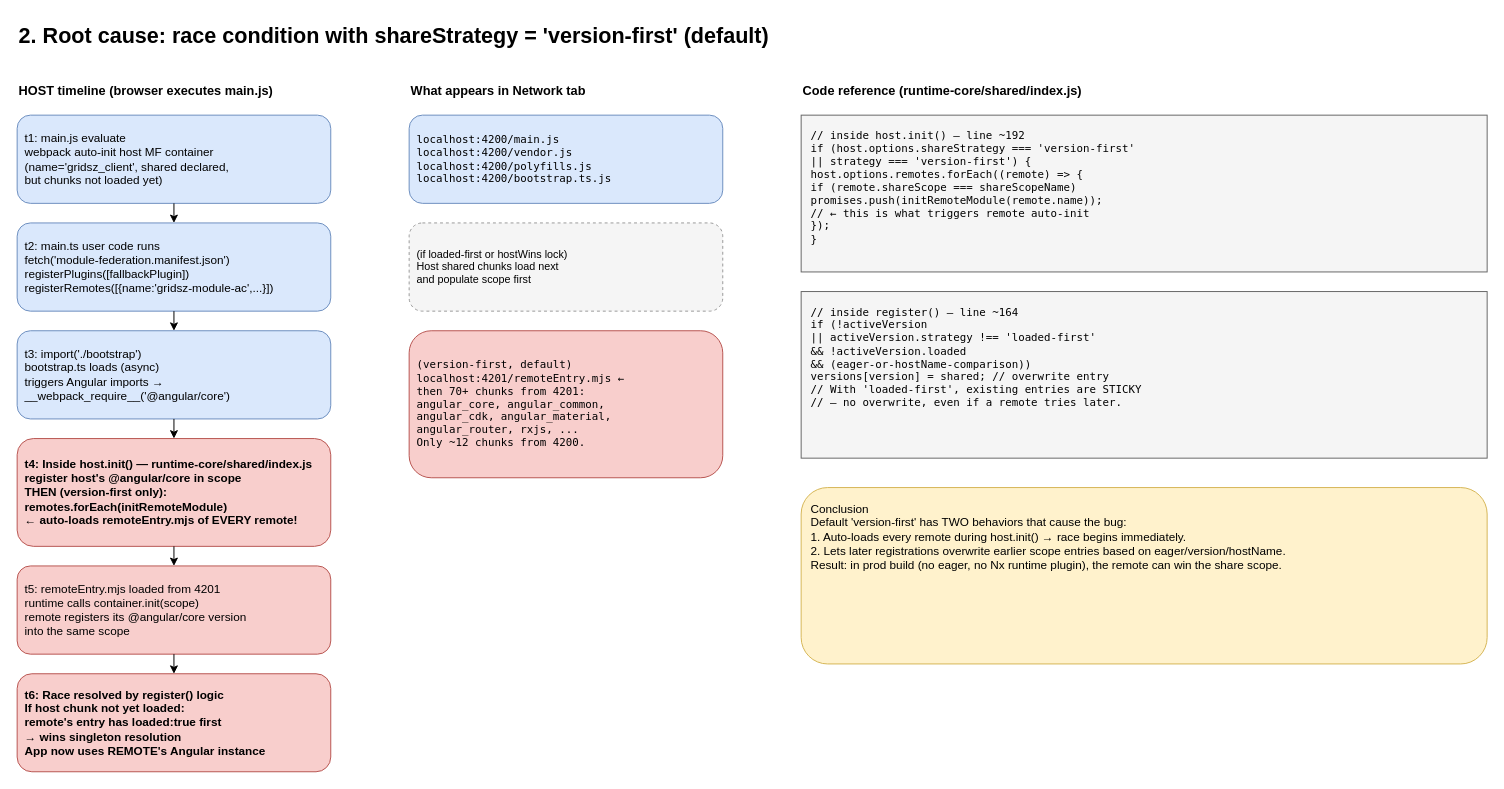
The draw.io diagram page "2. Root Cause" (2 of 5) of nx-module-federation.drawio in ntrong2009/diagrams, before the edit. Source tidied: cells renumbered, new cells numbered last; positions are measured from the earlier drawing's top-left corner, leaving out a move shared by most shapes. Both pictures are drawn from the tidied source at 98%, with x=0, y=0 at pixel (17, 17).
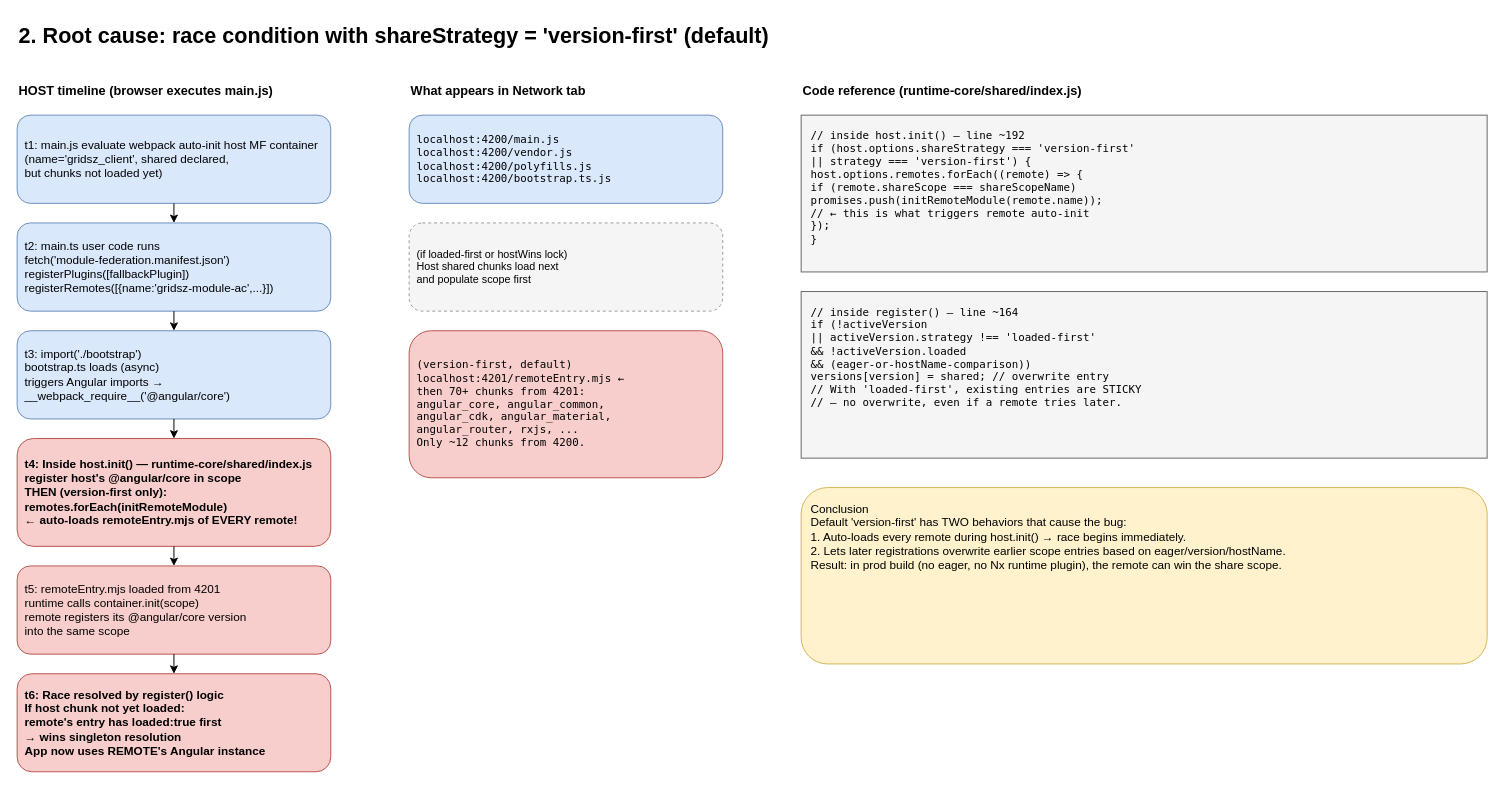
Above is the later version.

Diff of the diagram source:
```diff
@@
-    <mxCell id="4" value="t1: main.js evaluate&#10;webpack auto-init host MF container&#10;(name='gridsz_client', shared declared,&#10;but chunks not loaded yet)" style="rounded=1;whiteSpace=wrap;html=1;fillColor=#dae8fc;strokeColor=#6c8ebf;align=left;spacing=8;" parent="1" vertex="1">
+    <mxCell id="4" value="t1: main.js evaluate webpack auto-init host MF container&lt;br&gt;(name='gridsz_client', shared declared,&lt;br&gt;but chunks not loaded yet)" style="rounded=1;whiteSpace=wrap;html=1;fillColor=#dae8fc;strokeColor=#6c8ebf;align=left;spacing=8;" parent="1" vertex="1">
       <mxGeometry y="100" width="320" height="90" as="geometry" />
     </mxCell>
```
